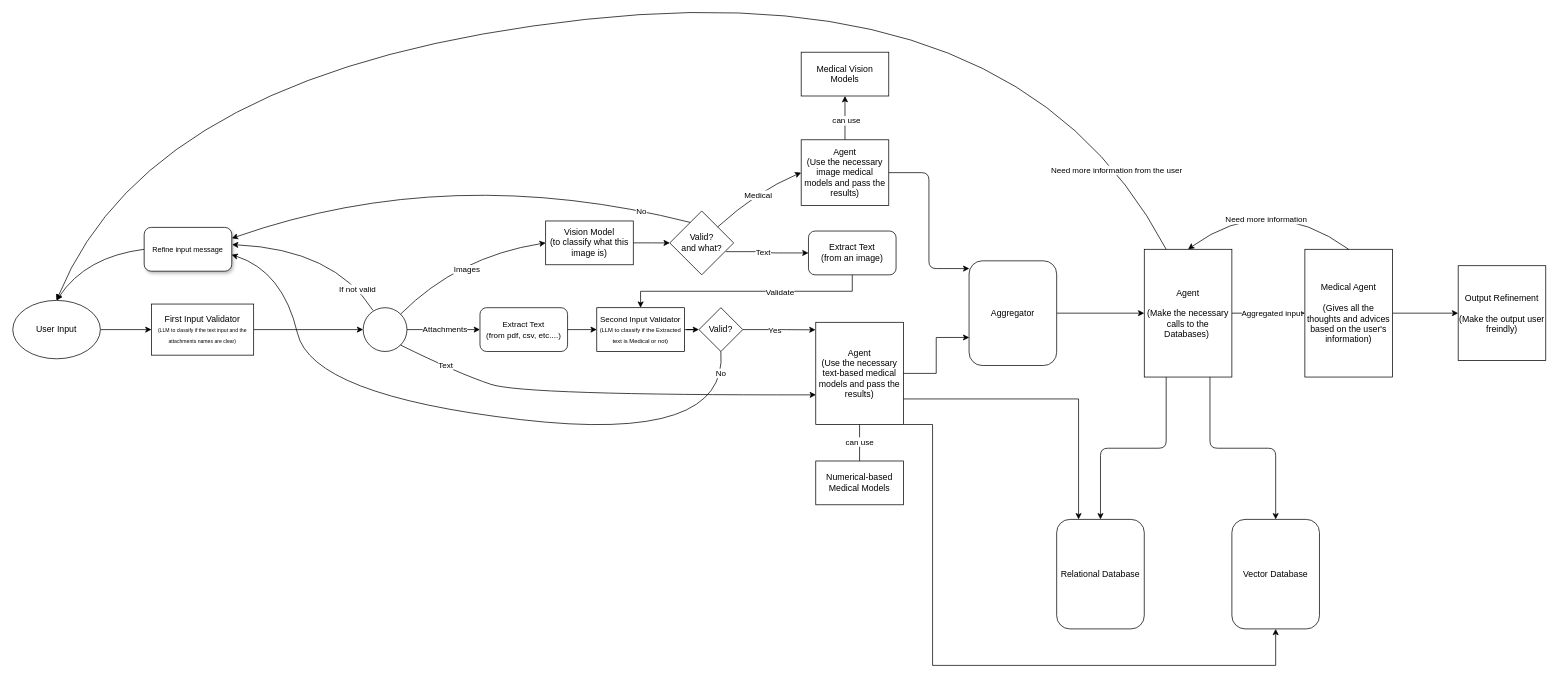
Earlier version of the draw.io diagram Workflow Diagram/Health-Navigator workflow diagram.drawio (Health-Agentic-AI/Health-Navigator). Source tidied: cells renumbered, new cells numbered last; positions are measured from the earlier drawing's top-left corner, leaving out a move shared by most shapes. Both pictures are drawn from the tidied source at 73%, with x=0, y=0 at pixel (12, -28).
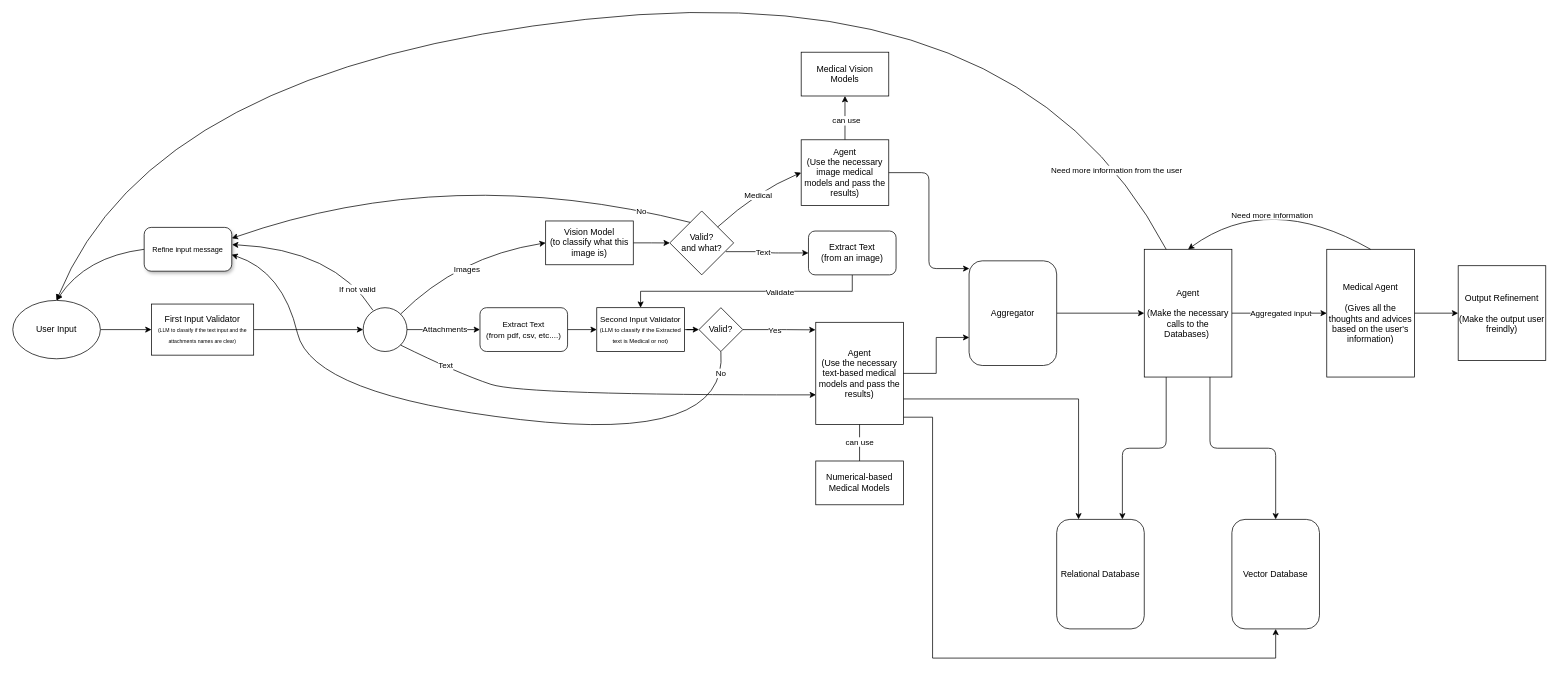
After the change.

Commit message (it also covers changes not shown here):
Imporve the website's interface and update the workflow diagram

Unchanged cells that the change refers to:
```xml
<mxCell id="48" value="Agent&lt;div&gt;&lt;br&gt;&lt;div&gt;(Make the&amp;nbsp;necessary calls to the Databases)&amp;nbsp;&lt;/div&gt;&lt;/div&gt;" style="rounded=0;whiteSpace=wrap;html=1;" parent="1" vertex="1">
  <mxGeometry x="1550" y="380" width="120" height="175" as="geometry" />
</mxCell>
<mxCell id="49" value="Vector Database" style="rounded=1;whiteSpace=wrap;html=1;" parent="1" vertex="1">
  <mxGeometry x="1670" y="750" width="120" height="150" as="geometry" />
</mxCell>
<mxCell id="50" value="Relational Database" style="rounded=1;whiteSpace=wrap;html=1;" parent="1" vertex="1">
  <mxGeometry x="1430" y="750" width="120" height="150" as="geometry" />
</mxCell>
```

Diff of the diagram source:
```diff
@@
-    <mxCell id="45" style="edgeStyle=orthogonalEdgeStyle;jettySize=auto;html=1;exitX=0.25;exitY=1;exitDx=0;exitDy=0;entryX=0.5;entryY=0;entryDx=0;entryDy=0;" parent="1" edge="1" source="48" target="50">
+    <mxCell id="45" style="edgeStyle=orthogonalEdgeStyle;jettySize=auto;html=1;exitX=0.25;exitY=1;exitDx=0;exitDy=0;entryX=0.75;entryY=0;entryDx=0;entryDy=0;" parent="1" edge="1" source="48" target="50">
       <mxGeometry relative="1" as="geometry" />
     </mxCell>
@@
     <mxCell id="52" value="Medical Agent&lt;div&gt;&lt;br&gt;&lt;div&gt;(Gives all the thoughts and advices based on the user's information)&lt;/div&gt;&lt;/div&gt;" style="rounded=0;whiteSpace=wrap;html=1;" parent="1" vertex="1">
-      <mxGeometry x="1770" y="380" width="120" height="175" as="geometry" />
+      <mxGeometry x="1800" y="380" width="120" height="175" as="geometry" />
     </mxCell>
@@
-    <mxCell id="55" style="edgeStyle=orthogonalEdgeStyle;rounded=0;orthogonalLoop=1;jettySize=auto;html=1;exitX=1;exitY=1;exitDx=0;exitDy=0;entryX=0.5;entryY=1;entryDx=0;entryDy=0;" parent="1" edge="1">
+    <mxCell id="55" style="edgeStyle=orthogonalEdgeStyle;rounded=0;jettySize=auto;html=1;exitX=1;exitY=1;exitDx=0;exitDy=0;entryX=0.5;entryY=1;entryDx=0;entryDy=0;" parent="1" edge="1" target="49">
       <mxGeometry relative="1" as="geometry">
-        <mxPoint x="1220" y="620" as="sourcePoint" />
-        <mxPoint x="1730" y="900" as="targetPoint" />
+        <mxPoint x="1220" y="610" as="sourcePoint" />
         <Array as="points">
-          <mxPoint x="1260" y="620" />
-          <mxPoint x="1260" y="950" />
-          <mxPoint x="1730" y="950" />
+          <mxPoint x="1260" y="610" />
+          <mxPoint x="1260" y="940" />
+          <mxPoint x="1730" y="940" />
         </Array>
       </mxGeometry>
     </mxCell>
```
